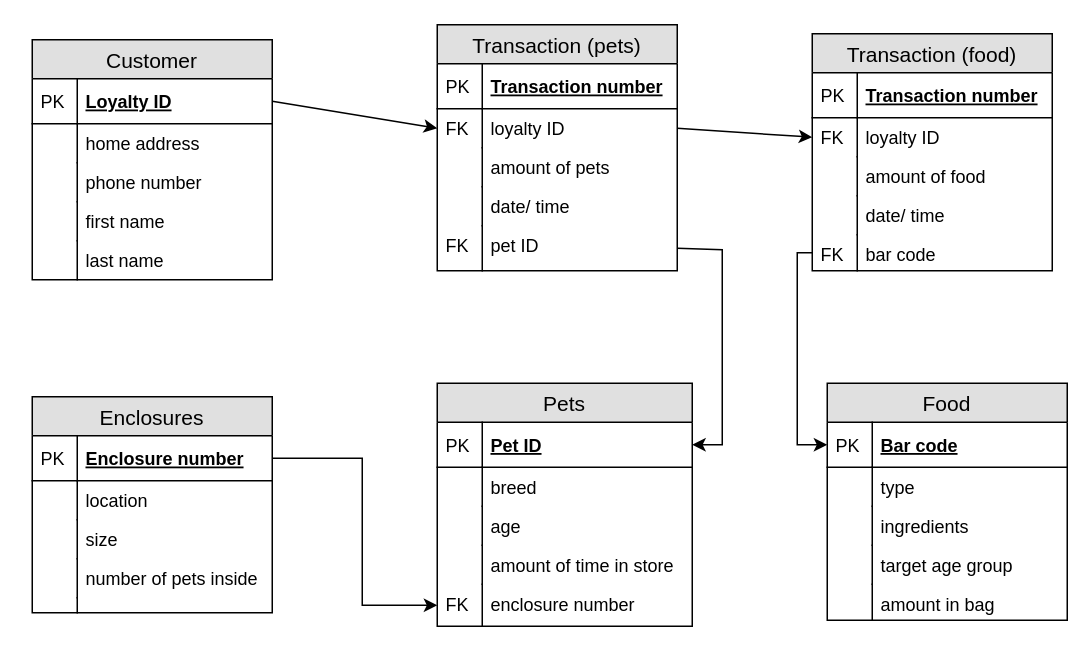
hek5118/IST-210 keeps this draw.io diagram as PetShop.drawio. Above is the earlier version. Source tidied: cells renumbered, new cells numbered last; positions are measured from the earlier drawing's top-left corner, leaving out a move shared by most shapes. Both pictures are drawn from the tidied source at 150%, with x=0, y=0 at pixel (32, 24).
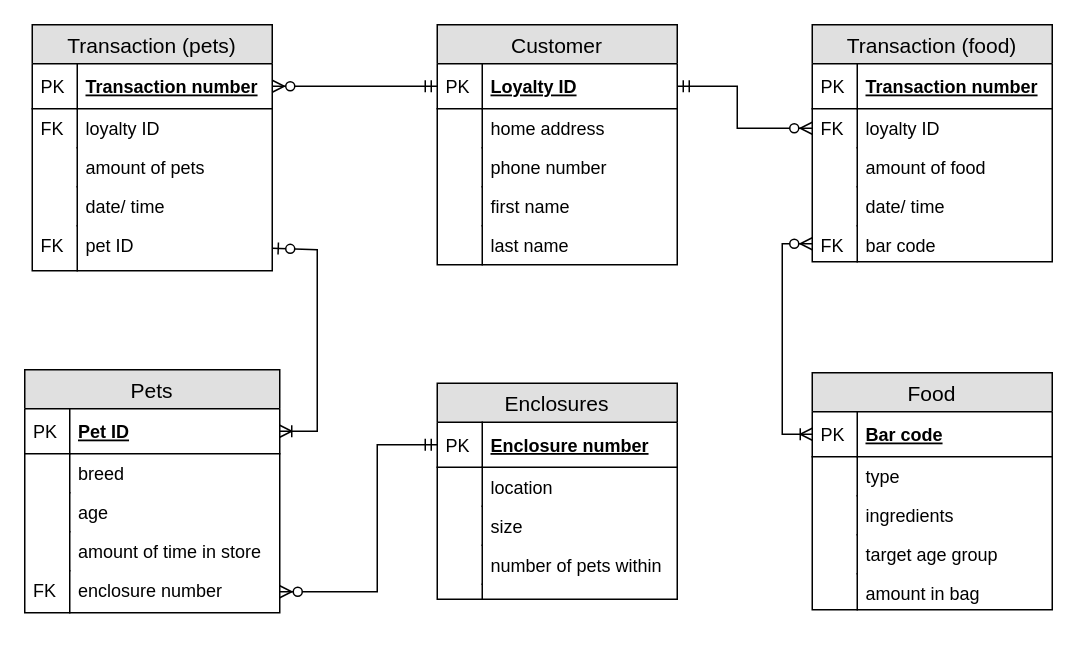
After the change.

The change refers to these unchanged cells:
```xml
<mxCell id="3" value="Loyalty ID" style="shape=partialRectangle;top=0;left=0;right=0;bottom=1;align=left;verticalAlign=middle;fillColor=none;spacingLeft=34;spacingRight=4;overflow=hidden;points=[[0,0.5],[1,0.5]];portConstraint=eastwest;fontStyle=5;fontSize=12;" parent="2" vertex="1">
  <mxGeometry y="26" width="160" height="30" as="geometry" />
</mxCell>
<mxCell id="14" value="Transaction number" style="shape=partialRectangle;top=0;left=0;right=0;bottom=1;align=left;verticalAlign=middle;fillColor=none;spacingLeft=34;spacingRight=4;overflow=hidden;points=[[0,0.5],[1,0.5]];portConstraint=eastwest;fontStyle=5;fontSize=12;" parent="13" vertex="1">
  <mxGeometry y="26" width="160" height="30" as="geometry" />
</mxCell>
<mxCell id="16" value="loyalty ID" style="shape=partialRectangle;top=0;left=0;right=0;bottom=0;align=left;verticalAlign=top;fillColor=none;spacingLeft=34;spacingRight=4;overflow=hidden;points=[[0,0.5],[1,0.5]];portConstraint=eastwest;fontSize=12;" parent="13" vertex="1">
  <mxGeometry y="56" width="160" height="26" as="geometry" />
</mxCell>
<mxCell id="22" value="pet ID" style="shape=partialRectangle;top=0;left=0;right=0;bottom=0;align=left;verticalAlign=top;fillColor=none;spacingLeft=34;spacingRight=4;overflow=hidden;points=[[0,0.5],[1,0.5]];portConstraint=eastwest;fontSize=12;" parent="13" vertex="1">
  <mxGeometry y="134" width="160" height="30" as="geometry" />
</mxCell>
<mxCell id="25" value="Bar code" style="shape=partialRectangle;top=0;left=0;right=0;bottom=1;align=left;verticalAlign=middle;fillColor=none;spacingLeft=34;spacingRight=4;overflow=hidden;points=[[0,0.5],[1,0.5]];portConstraint=eastwest;fontStyle=5;fontSize=12;" parent="24" vertex="1">
  <mxGeometry y="26" width="160" height="30" as="geometry" />
</mxCell>
<mxCell id="36" value="Enclosure number" style="shape=partialRectangle;top=0;left=0;right=0;bottom=1;align=left;verticalAlign=middle;fillColor=none;spacingLeft=34;spacingRight=4;overflow=hidden;points=[[0,0.5],[1,0.5]];portConstraint=eastwest;fontStyle=5;fontSize=12;" parent="35" vertex="1">
  <mxGeometry y="26" width="160" height="30" as="geometry" />
</mxCell>
<mxCell id="47" value="Pet ID" style="shape=partialRectangle;top=0;left=0;right=0;bottom=1;align=left;verticalAlign=middle;fillColor=none;spacingLeft=34;spacingRight=4;overflow=hidden;points=[[0,0.5],[1,0.5]];portConstraint=eastwest;fontStyle=5;fontSize=12;" parent="46" vertex="1">
  <mxGeometry y="26" width="170" height="30" as="geometry" />
</mxCell>
<mxCell id="55" value="enclosure number" style="shape=partialRectangle;top=0;left=0;right=0;bottom=0;align=left;verticalAlign=top;fillColor=none;spacingLeft=34;spacingRight=4;overflow=hidden;points=[[0,0.5],[1,0.5]];portConstraint=eastwest;fontSize=12;" parent="46" vertex="1">
  <mxGeometry y="134" width="170" height="28" as="geometry" />
</mxCell>
<mxCell id="63" value="loyalty ID" style="shape=partialRectangle;top=0;left=0;right=0;bottom=0;align=left;verticalAlign=top;fillColor=none;spacingLeft=34;spacingRight=4;overflow=hidden;points=[[0,0.5],[1,0.5]];portConstraint=eastwest;fontSize=12;" parent="60" vertex="1">
  <mxGeometry y="56" width="160" height="26" as="geometry" />
</mxCell>
<mxCell id="69" value="bar code" style="shape=partialRectangle;top=0;left=0;right=0;bottom=0;align=left;verticalAlign=top;fillColor=none;spacingLeft=34;spacingRight=4;overflow=hidden;points=[[0,0.5],[1,0.5]];portConstraint=eastwest;fontSize=12;" parent="60" vertex="1">
  <mxGeometry y="134" width="160" height="24" as="geometry" />
</mxCell>
```

What changed in the source:
```diff
@@
     <mxCell id="2" value="Customer" style="swimlane;fontStyle=0;horizontal=1;startSize=26;fillColor=#e0e0e0;swimlaneFillColor=#ffffff;align=center;fontSize=14;" parent="1" vertex="1">
-      <mxGeometry y="10" width="160" height="160" as="geometry" />
+      <mxGeometry x="270" width="160" height="160" as="geometry" />
     </mxCell>
@@
     <mxCell id="13" value="Transaction (pets)" style="swimlane;fontStyle=0;horizontal=1;startSize=26;fillColor=#e0e0e0;swimlaneFillColor=#ffffff;align=center;fontSize=14;" parent="1" vertex="1">
-      <mxGeometry x="270" width="160" height="164" as="geometry" />
+      <mxGeometry width="160" height="164" as="geometry" />
     </mxCell>
@@
     <mxCell id="24" value="Food" style="swimlane;fontStyle=0;horizontal=1;startSize=26;fillColor=#e0e0e0;swimlaneFillColor=#ffffff;align=center;fontSize=14;" parent="1" vertex="1">
-      <mxGeometry x="530" y="239" width="160" height="158" as="geometry" />
+      <mxGeometry x="520" y="232" width="160" height="158" as="geometry" />
     </mxCell>
@@
     <mxCell id="35" value="Enclosures" style="swimlane;fontStyle=0;horizontal=1;startSize=26;fillColor=#e0e0e0;swimlaneFillColor=#ffffff;align=center;fontSize=14;" parent="1" vertex="1">
-      <mxGeometry y="248" width="160" height="144" as="geometry" />
+      <mxGeometry x="270" y="239" width="160" height="144" as="geometry" />
     </mxCell>
@@
-    <mxCell id="42" value="number of pets inside" style="shape=partialRectangle;top=0;left=0;right=0;bottom=0;align=left;verticalAlign=top;fillColor=none;spacingLeft=34;spacingRight=4;overflow=hidden;fontSize=12;" parent="35" vertex="1">
+    <mxCell id="42" value="number of pets within" style="shape=partialRectangle;top=0;left=0;right=0;bottom=0;align=left;verticalAlign=top;fillColor=none;spacingLeft=34;spacingRight=4;overflow=hidden;fontSize=12;" parent="35" vertex="1">
       <mxGeometry y="108" width="160" height="26" as="geometry" />
     </mxCell>
@@
     <mxCell id="46" value="Pets" style="swimlane;fontStyle=0;horizontal=1;startSize=26;fillColor=#e0e0e0;swimlaneFillColor=#ffffff;align=center;fontSize=14;" parent="1" vertex="1">
-      <mxGeometry x="270" y="239" width="170" height="162" as="geometry" />
+      <mxGeometry x="-5" y="230" width="170" height="162" as="geometry" />
     </mxCell>
@@
-    <mxCell id="57" style="endArrow=classic;html=1;exitX=1;exitY=0.5;exitDx=0;exitDy=0;entryX=0;entryY=0.5;entryDx=0;entryDy=0;" parent="1" edge="1" source="3" target="16">
+    <mxCell id="57" style="endArrow=ERzeroToMany;html=1;entryX=1;entryY=0.5;entryDx=0;entryDy=0;endFill=1;startArrow=ERmandOne;startFill=0;rounded=0;exitX=0;exitY=0.5;exitDx=0;exitDy=0;" parent="1" edge="1" source="3" target="14">
       <mxGeometry relative="1" as="geometry" />
     </mxCell>
-    <mxCell id="58" style="endArrow=classic;html=1;exitX=1;exitY=0.5;exitDx=0;exitDy=0;entryX=0;entryY=0.5;entryDx=0;entryDy=0;" parent="1" edge="1" source="16" target="63">
-      <mxGeometry relative="1" as="geometry" />
+    <mxCell id="58" style="endArrow=ERzeroToMany;html=1;exitX=1;exitY=0.5;exitDx=0;exitDy=0;entryX=0;entryY=0.5;entryDx=0;entryDy=0;endFill=1;startArrow=ERmandOne;startFill=0;rounded=0;" parent="1" edge="1" source="3" target="63">
+      <mxGeometry relative="1" as="geometry">
+        <Array as="points">
+          <mxPoint x="470" y="41" />
+          <mxPoint x="470" y="69" />
+        </Array>
+      </mxGeometry>
     </mxCell>
-    <mxCell id="59" style="endArrow=classic;html=1;exitX=1;exitY=0.5;exitDx=0;exitDy=0;entryX=1;entryY=0.5;entryDx=0;entryDy=0;rounded=0;" parent="1" edge="1" source="22" target="47">
+    <mxCell id="59" style="endArrow=ERoneToMany;html=1;rounded=0;endFill=0;startArrow=ERzeroToOne;startFill=1;entryX=1;entryY=0.5;entryDx=0;entryDy=0;exitX=1;exitY=0.5;exitDx=0;exitDy=0;" parent="1" edge="1" source="22" target="47">
       <mxGeometry relative="1" as="geometry">
         <Array as="points">
-          <mxPoint x="460" y="150" />
-          <mxPoint x="460" y="210" />
-          <mxPoint x="460" y="280" />
+          <mxPoint x="190" y="150" />
+          <mxPoint x="190" y="210" />
+          <mxPoint x="190" y="271" />
         </Array>
       </mxGeometry>
     </mxCell>
     <mxCell id="60" value="Transaction (food)" style="swimlane;fontStyle=0;horizontal=1;startSize=26;fillColor=#e0e0e0;swimlaneFillColor=#ffffff;align=center;fontSize=14;" parent="1" vertex="1">
-      <mxGeometry x="520" y="6" width="160" height="158" as="geometry" />
+      <mxGeometry x="520" width="160" height="158" as="geometry" />
     </mxCell>
@@
-    <mxCell id="71" style="endArrow=classic;html=1;entryX=0;entryY=0.5;entryDx=0;entryDy=0;exitX=1;exitY=0.5;exitDx=0;exitDy=0;rounded=0;" parent="1" edge="1" source="36" target="55">
+    <mxCell id="71" style="endArrow=ERzeroToMany;html=1;exitX=0;exitY=0.5;exitDx=0;exitDy=0;rounded=0;endFill=1;startArrow=ERmandOne;startFill=0;entryX=1;entryY=0.5;entryDx=0;entryDy=0;" parent="1" edge="1" source="36" target="55">
       <mxGeometry relative="1" as="geometry">
         <Array as="points">
-          <mxPoint x="220" y="289" />
-          <mxPoint x="220" y="387" />
+          <mxPoint x="230" y="280" />
+          <mxPoint x="230" y="378" />
         </Array>
       </mxGeometry>
     </mxCell>
-    <mxCell id="72" style="endArrow=classic;html=1;exitX=0;exitY=0.5;exitDx=0;exitDy=0;entryX=0;entryY=0.5;entryDx=0;entryDy=0;rounded=0;" parent="1" edge="1" source="69" target="25">
+    <mxCell id="72" style="endArrow=ERoneToMany;html=1;exitX=0;exitY=0.5;exitDx=0;exitDy=0;entryX=0;entryY=0.5;entryDx=0;entryDy=0;rounded=0;endFill=0;startArrow=ERzeroToMany;startFill=1;" parent="1" edge="1" source="69" target="25">
       <mxGeometry relative="1" as="geometry">
         <Array as="points">
-          <mxPoint x="510" y="152" />
-          <mxPoint x="510" y="280" />
+          <mxPoint x="500" y="146" />
+          <mxPoint x="500" y="273" />
         </Array>
       </mxGeometry>
     </mxCell>
```
